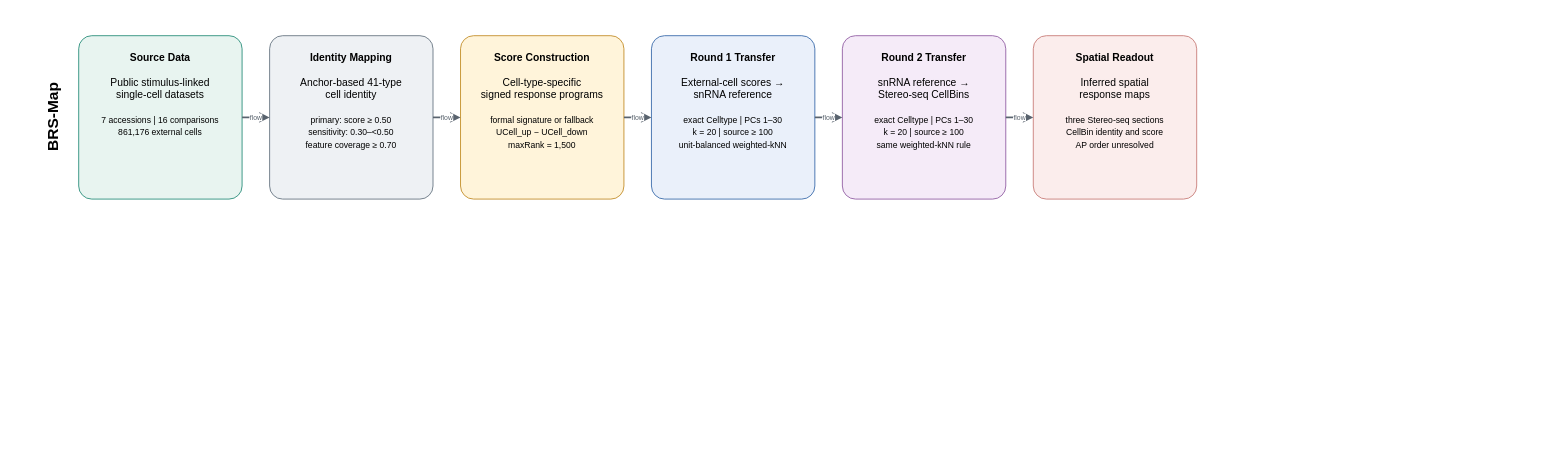
The draw.io diagram BRS-Map/workflow/BRS-Map_workflow.drawio in coffeei1i/amg, before the edit. Source tidied: cells renumbered, new cells numbered last; positions are measured from the earlier drawing's top-left corner, leaving out a move shared by most shapes. Both pictures are drawn from the tidied source at 86%, with x=0, y=0 at pixel (40, 35).
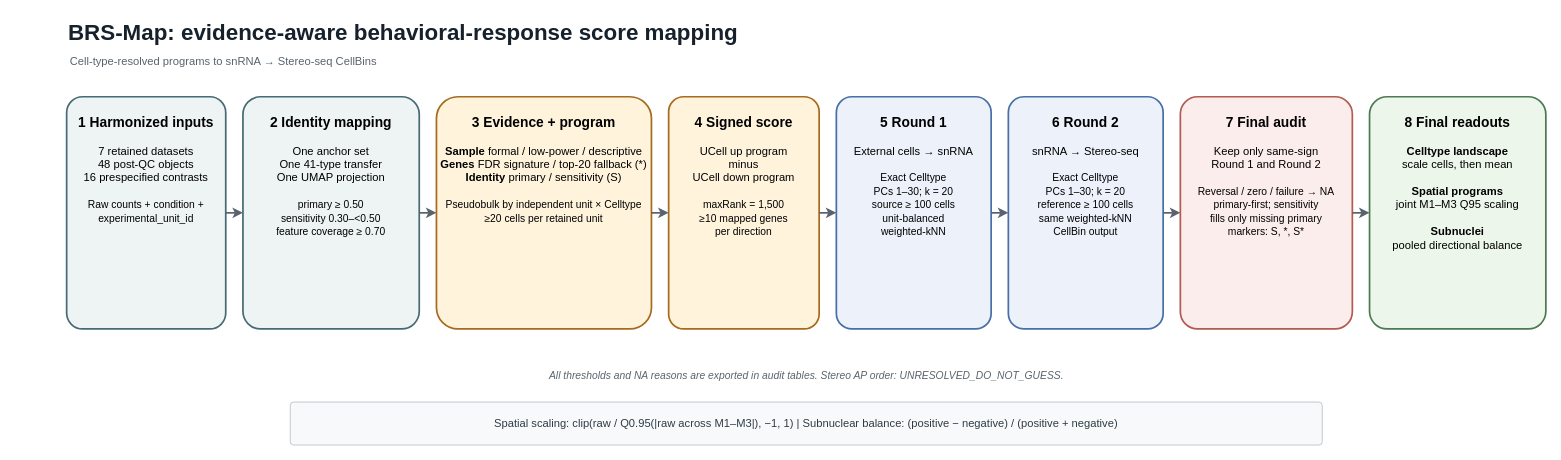
The same page after the edit.

Diff of the diagram source:
```diff
@@
-    <mxCell id="2" value="BRS-Map" style="text;html=1;strokeColor=none;fillColor=none;align=center;verticalAlign=middle;fontFamily=Arial;fontSize=18;fontStyle=1;rotation=270;" parent="1" vertex="1">
-      <mxGeometry y="50" width="32" height="90" as="geometry" />
-    </mxCell>
-    <mxCell id="3" value="&lt;b&gt;Source Data&lt;/b&gt;&lt;br&gt;&lt;br&gt;Public stimulus-linked&lt;br&gt;single-cell datasets&lt;br&gt;&lt;br&gt;&lt;font style=&quot;font-size:10px&quot;&gt;7 accessions | 16 comparisons&lt;br&gt;861,176 external cells&lt;/font&gt;" style="rounded=1;whiteSpace=wrap;html=1;arcSize=8;fillColor=#E8F4F0;strokeColor=#238B77;fontFamily=Arial;fontSize=12;verticalAlign=top;spacingTop=12;" parent="1" vertex="1">
-      <mxGeometry x="45" width="190" height="190" as="geometry" />
-    </mxCell>
+    <mxCell id="14" value="BRS-Map: evidence-aware behavioral-response score mapping" style="text;html=1;strokeColor=none;fillColor=none;align=left;verticalAlign=middle;fontFamily=Arial;fontSize=26;fontStyle=1;fontColor=#17212B;" parent="1" vertex="1">
+      <mxGeometry x="31" y="-24" width="1100" height="42" as="geometry" />
+    </mxCell>
+    <mxCell id="15" value="Cell-type-resolved programs to snRNA &amp;#8594; Stereo-seq CellBins" style="text;html=1;strokeColor=none;fillColor=none;align=left;verticalAlign=middle;fontFamily=Arial;fontSize=13;fontColor=#59636E;" parent="1" vertex="1">
+      <mxGeometry x="33" y="16" width="760" height="28" as="geometry" />
+    </mxCell>
+    <mxCell id="16" value="&lt;b&gt;&lt;font style=&quot;font-size:16px&quot;&gt;1  Harmonized inputs&lt;/font&gt;&lt;/b&gt;&lt;br&gt;&lt;br&gt;7 retained datasets&lt;br&gt;48 post-QC objects&lt;br&gt;16 prespecified contrasts&lt;br&gt;&lt;br&gt;&lt;font style=&quot;font-size:12px&quot;&gt;Raw counts + condition +&lt;br&gt;experimental_unit_id&lt;/font&gt;" style="rounded=1;whiteSpace=wrap;html=1;arcSize=10;fillColor=#EEF4F3;strokeColor=#476A75;strokeWidth=2;fontFamily=Arial;fontSize=13;verticalAlign=top;spacingTop=14;" parent="1" vertex="1">
+      <mxGeometry x="31" y="71" width="185" height="270" as="geometry" />
+    </mxCell>
-    <mxCell id="4" value="&lt;b&gt;Identity Mapping&lt;/b&gt;&lt;br&gt;&lt;br&gt;Anchor-based 41-type&lt;br&gt;cell identity&lt;br&gt;&lt;br&gt;&lt;font style=&quot;font-size:10px&quot;&gt;primary: score ≥ 0.50&lt;br&gt;sensitivity: 0.30–&amp;lt;0.50&lt;br&gt;feature coverage ≥ 0.70&lt;/font&gt;" style="rounded=1;whiteSpace=wrap;html=1;arcSize=8;fillColor=#EEF1F4;strokeColor=#64727E;fontFamily=Arial;fontSize=12;verticalAlign=top;spacingTop=12;" parent="1" vertex="1">
-      <mxGeometry x="267" width="190" height="190" as="geometry" />
+    <mxCell id="4" value="&lt;b&gt;&lt;font style=&quot;font-size:16px&quot;&gt;2  Identity mapping&lt;/font&gt;&lt;/b&gt;&lt;br&gt;&lt;br&gt;One anchor set&lt;br&gt;One 41-type transfer&lt;br&gt;One UMAP projection&lt;br&gt;&lt;br&gt;&lt;font style=&quot;font-size:12px&quot;&gt;primary &amp;#8805; 0.50&lt;br&gt;sensitivity 0.30&amp;#8211;&amp;lt;0.50&lt;br&gt;feature coverage &amp;#8805; 0.70&lt;/font&gt;" style="rounded=1;whiteSpace=wrap;html=1;arcSize=10;fillColor=#EEF4F3;strokeColor=#476A75;strokeWidth=2;fontFamily=Arial;fontSize=13;verticalAlign=top;spacingTop=14;" parent="1" vertex="1">
+      <mxGeometry x="236" y="71" width="205" height="270" as="geometry" />
     </mxCell>
-    <mxCell id="5" value="&lt;b&gt;Score Construction&lt;/b&gt;&lt;br&gt;&lt;br&gt;Cell-type-specific&lt;br&gt;signed response programs&lt;br&gt;&lt;br&gt;&lt;font style=&quot;font-size:10px&quot;&gt;formal signature or fallback&lt;br&gt;UCell_up − UCell_down&lt;br&gt;maxRank = 1,500&lt;/font&gt;" style="rounded=1;whiteSpace=wrap;html=1;arcSize=8;fillColor=#FFF4DA;strokeColor=#C18A24;fontFamily=Arial;fontSize=12;verticalAlign=top;spacingTop=12;" parent="1" vertex="1">
-      <mxGeometry x="489" width="190" height="190" as="geometry" />
-    </mxCell>
+    <mxCell id="17" value="&lt;b&gt;&lt;font style=&quot;font-size:16px&quot;&gt;3  Evidence + program&lt;/font&gt;&lt;/b&gt;&lt;br&gt;&lt;br&gt;&lt;b&gt;Sample&lt;/b&gt;  formal / low-power / descriptive&lt;br&gt;&lt;b&gt;Genes&lt;/b&gt;  FDR signature / top-20 fallback (*)&lt;br&gt;&lt;b&gt;Identity&lt;/b&gt;  primary / sensitivity (S)&lt;br&gt;&lt;br&gt;&lt;font style=&quot;font-size:12px&quot;&gt;Pseudobulk by independent unit &amp;#215; Celltype&lt;br&gt;&amp;#8805;20 cells per retained unit&lt;/font&gt;" style="rounded=1;whiteSpace=wrap;html=1;arcSize=10;fillColor=#FFF3DC;strokeColor=#A66B1E;strokeWidth=2;fontFamily=Arial;fontSize=13;verticalAlign=top;spacingTop=14;" parent="1" vertex="1">
+      <mxGeometry x="461" y="71" width="250" height="270" as="geometry" />
+    </mxCell>
+    <mxCell id="18" value="&lt;b&gt;&lt;font style=&quot;font-size:16px&quot;&gt;4  Signed score&lt;/font&gt;&lt;/b&gt;&lt;br&gt;&lt;br&gt;UCell up program&lt;br&gt;minus&lt;br&gt;UCell down program&lt;br&gt;&lt;br&gt;&lt;font style=&quot;font-size:12px&quot;&gt;maxRank = 1,500&lt;br&gt;&amp;#8805;10 mapped genes&lt;br&gt;per direction&lt;/font&gt;" style="rounded=1;whiteSpace=wrap;html=1;arcSize=10;fillColor=#FFF3DC;strokeColor=#A66B1E;strokeWidth=2;fontFamily=Arial;fontSize=13;verticalAlign=top;spacingTop=14;" parent="1" vertex="1">
+      <mxGeometry x="731" y="71" width="175" height="270" as="geometry" />
+    </mxCell>
-    <mxCell id="6" value="&lt;b&gt;Round 1 Transfer&lt;/b&gt;&lt;br&gt;&lt;br&gt;External-cell scores →&lt;br&gt;snRNA reference&lt;br&gt;&lt;br&gt;&lt;font style=&quot;font-size:10px&quot;&gt;exact Celltype | PCs 1–30&lt;br&gt;k = 20 | source ≥ 100&lt;br&gt;unit-balanced weighted-kNN&lt;/font&gt;" style="rounded=1;whiteSpace=wrap;html=1;arcSize=8;fillColor=#EAF0FA;strokeColor=#3567A8;fontFamily=Arial;fontSize=12;verticalAlign=top;spacingTop=12;" parent="1" vertex="1">
-      <mxGeometry x="711" width="190" height="190" as="geometry" />
+    <mxCell id="6" value="&lt;b&gt;&lt;font style=&quot;font-size:16px&quot;&gt;5  Round 1&lt;/font&gt;&lt;/b&gt;&lt;br&gt;&lt;br&gt;External cells &amp;#8594; snRNA&lt;br&gt;&lt;br&gt;&lt;font style=&quot;font-size:12px&quot;&gt;Exact Celltype&lt;br&gt;PCs 1&amp;#8211;30; k = 20&lt;br&gt;source &amp;#8805; 100 cells&lt;br&gt;unit-balanced&lt;br&gt;weighted-kNN&lt;/font&gt;" style="rounded=1;whiteSpace=wrap;html=1;arcSize=10;fillColor=#EDF2FA;strokeColor=#476FA8;strokeWidth=2;fontFamily=Arial;fontSize=13;verticalAlign=top;spacingTop=14;" parent="1" vertex="1">
+      <mxGeometry x="926" y="71" width="180" height="270" as="geometry" />
     </mxCell>
-    <mxCell id="7" value="&lt;b&gt;Round 2 Transfer&lt;/b&gt;&lt;br&gt;&lt;br&gt;snRNA reference →&lt;br&gt;Stereo-seq CellBins&lt;br&gt;&lt;br&gt;&lt;font style=&quot;font-size:10px&quot;&gt;exact Celltype | PCs 1–30&lt;br&gt;k = 20 | source ≥ 100&lt;br&gt;same weighted-kNN rule&lt;/font&gt;" style="rounded=1;whiteSpace=wrap;html=1;arcSize=8;fillColor=#F5EBF8;strokeColor=#8E5AA1;fontFamily=Arial;fontSize=12;verticalAlign=top;spacingTop=12;" parent="1" vertex="1">
-      <mxGeometry x="933" width="190" height="190" as="geometry" />
+    <mxCell id="7" value="&lt;b&gt;&lt;font style=&quot;font-size:16px&quot;&gt;6  Round 2&lt;/font&gt;&lt;/b&gt;&lt;br&gt;&lt;br&gt;snRNA &amp;#8594; Stereo-seq&lt;br&gt;&lt;br&gt;&lt;font style=&quot;font-size:12px&quot;&gt;Exact Celltype&lt;br&gt;PCs 1&amp;#8211;30; k = 20&lt;br&gt;reference &amp;#8805; 100 cells&lt;br&gt;same weighted-kNN&lt;br&gt;CellBin output&lt;/font&gt;" style="rounded=1;whiteSpace=wrap;html=1;arcSize=10;fillColor=#EDF2FA;strokeColor=#476FA8;strokeWidth=2;fontFamily=Arial;fontSize=13;verticalAlign=top;spacingTop=14;" parent="1" vertex="1">
+      <mxGeometry x="1126" y="71" width="180" height="270" as="geometry" />
     </mxCell>
-    <mxCell id="8" value="&lt;b&gt;Spatial Readout&lt;/b&gt;&lt;br&gt;&lt;br&gt;Inferred spatial&lt;br&gt;response maps&lt;br&gt;&lt;br&gt;&lt;font style=&quot;font-size:10px&quot;&gt;three Stereo-seq sections&lt;br&gt;CellBin identity and score&lt;br&gt;AP order unresolved&lt;/font&gt;" style="rounded=1;whiteSpace=wrap;html=1;arcSize=8;fillColor=#FBEDEC;strokeColor=#C67974;fontFamily=Arial;fontSize=12;verticalAlign=top;spacingTop=12;" parent="1" vertex="1">
-      <mxGeometry x="1155" width="190" height="190" as="geometry" />
-    </mxCell>
+    <mxCell id="19" value="&lt;b&gt;&lt;font style=&quot;font-size:16px&quot;&gt;7  Final audit&lt;/font&gt;&lt;/b&gt;&lt;br&gt;&lt;br&gt;Keep only same-sign&lt;br&gt;Round 1 and Round 2&lt;br&gt;&lt;br&gt;&lt;font style=&quot;font-size:12px&quot;&gt;Reversal / zero / failure &amp;#8594; NA&lt;br&gt;primary-first; sensitivity&lt;br&gt;fills only missing primary&lt;br&gt;markers: S, *, S*&lt;/font&gt;" style="rounded=1;whiteSpace=wrap;html=1;arcSize=10;fillColor=#FBEDEC;strokeColor=#B35A52;strokeWidth=2;fontFamily=Arial;fontSize=13;verticalAlign=top;spacingTop=14;" parent="1" vertex="1">
+      <mxGeometry x="1326" y="71" width="200" height="270" as="geometry" />
+    </mxCell>
+    <mxCell id="20" value="&lt;b&gt;&lt;font style=&quot;font-size:16px&quot;&gt;8  Final readouts&lt;/font&gt;&lt;/b&gt;&lt;br&gt;&lt;br&gt;&lt;b&gt;Celltype landscape&lt;/b&gt;&lt;br&gt;scale cells, then mean&lt;br&gt;&lt;br&gt;&lt;b&gt;Spatial programs&lt;/b&gt;&lt;br&gt;joint M1&amp;#8211;M3 Q95 scaling&lt;br&gt;&lt;br&gt;&lt;b&gt;Subnuclei&lt;/b&gt;&lt;br&gt;pooled directional balance" style="rounded=1;whiteSpace=wrap;html=1;arcSize=10;fillColor=#EDF6EA;strokeColor=#4C7A52;strokeWidth=2;fontFamily=Arial;fontSize=13;verticalAlign=top;spacingTop=14;" parent="1" vertex="1">
+      <mxGeometry x="1546" y="71" width="205" height="270" as="geometry" />
+    </mxCell>
-    <mxCell id="9" value="flow" style="edgeStyle=orthogonalEdgeStyle;rounded=0;html=1;endArrow=classic;endFill=1;strokeWidth=2;strokeColor=#59636E;fontSize=8;fontColor=#59636E;" parent="1" edge="1" source="3" target="4">
+    <mxCell id="9" style="edgeStyle=orthogonalEdgeStyle;rounded=0;html=1;endArrow=classic;endFill=1;strokeWidth=2;strokeColor=#59636E;" parent="1" edge="1" source="16" target="4">
       <mxGeometry relative="1" as="geometry" />
     </mxCell>
-    <mxCell id="10" value="flow" style="edgeStyle=orthogonalEdgeStyle;rounded=0;html=1;endArrow=classic;endFill=1;strokeWidth=2;strokeColor=#59636E;fontSize=8;fontColor=#59636E;" parent="1" edge="1" source="4" target="5">
+    <mxCell id="10" style="edgeStyle=orthogonalEdgeStyle;rounded=0;html=1;endArrow=classic;endFill=1;strokeWidth=2;strokeColor=#59636E;" parent="1" edge="1" source="4" target="17">
       <mxGeometry relative="1" as="geometry" />
     </mxCell>
-    <mxCell id="11" value="flow" style="edgeStyle=orthogonalEdgeStyle;rounded=0;html=1;endArrow=classic;endFill=1;strokeWidth=2;strokeColor=#59636E;fontSize=8;fontColor=#59636E;" parent="1" edge="1" source="5" target="6">
+    <mxCell id="11" style="edgeStyle=orthogonalEdgeStyle;rounded=0;html=1;endArrow=classic;endFill=1;strokeWidth=2;strokeColor=#59636E;" parent="1" edge="1" source="17" target="18">
       <mxGeometry relative="1" as="geometry" />
     </mxCell>
-    <mxCell id="12" value="flow" style="edgeStyle=orthogonalEdgeStyle;rounded=0;html=1;endArrow=classic;endFill=1;strokeWidth=2;strokeColor=#59636E;fontSize=8;fontColor=#59636E;" parent="1" edge="1" source="6" target="7">
+    <mxCell id="12" style="edgeStyle=orthogonalEdgeStyle;rounded=0;html=1;endArrow=classic;endFill=1;strokeWidth=2;strokeColor=#59636E;" parent="1" edge="1" source="18" target="6">
       <mxGeometry relative="1" as="geometry" />
     </mxCell>
-    <mxCell id="13" value="flow" style="edgeStyle=orthogonalEdgeStyle;rounded=0;html=1;endArrow=classic;endFill=1;strokeWidth=2;strokeColor=#59636E;fontSize=8;fontColor=#59636E;" parent="1" edge="1" source="7" target="8">
+    <mxCell id="13" style="edgeStyle=orthogonalEdgeStyle;rounded=0;html=1;endArrow=classic;endFill=1;strokeWidth=2;strokeColor=#59636E;" parent="1" edge="1" source="6" target="7">
       <mxGeometry relative="1" as="geometry" />
     </mxCell>
+    <mxCell id="21" style="edgeStyle=orthogonalEdgeStyle;rounded=0;html=1;endArrow=classic;endFill=1;strokeWidth=2;strokeColor=#59636E;" parent="1" edge="1" source="7" target="19">
+      <mxGeometry relative="1" as="geometry" />
+    </mxCell>
+    <mxCell id="22" style="edgeStyle=orthogonalEdgeStyle;rounded=0;html=1;endArrow=classic;endFill=1;strokeWidth=2;strokeColor=#59636E;" parent="1" edge="1" source="19" target="20">
+      <mxGeometry relative="1" as="geometry" />
+    </mxCell>
+    <mxCell id="23" value="All thresholds and NA reasons are exported in audit tables. Stereo AP order: UNRESOLVED_DO_NOT_GUESS." style="text;html=1;strokeColor=none;fillColor=none;align=center;verticalAlign=middle;fontFamily=Arial;fontSize=12;fontColor=#59636E;fontStyle=2;" parent="1" vertex="1">
+      <mxGeometry x="311" y="381" width="1160" height="30" as="geometry" />
+    </mxCell>
+    <mxCell id="24" value="Spatial scaling: clip(raw / Q0.95(|raw across M1&amp;#8211;M3|), &amp;#8722;1, 1)    |    Subnuclear balance: (positive &amp;#8722; negative) / (positive + negative)" style="rounded=1;whiteSpace=wrap;html=1;arcSize=8;fillColor=#F7F9FA;strokeColor=#B8C1C8;strokeWidth=1;fontFamily=Arial;fontSize=13;fontColor=#303B44;align=center;verticalAlign=middle;" parent="1" vertex="1">
+      <mxGeometry x="291" y="426" width="1200" height="50" as="geometry" />
+    </mxCell>
```
